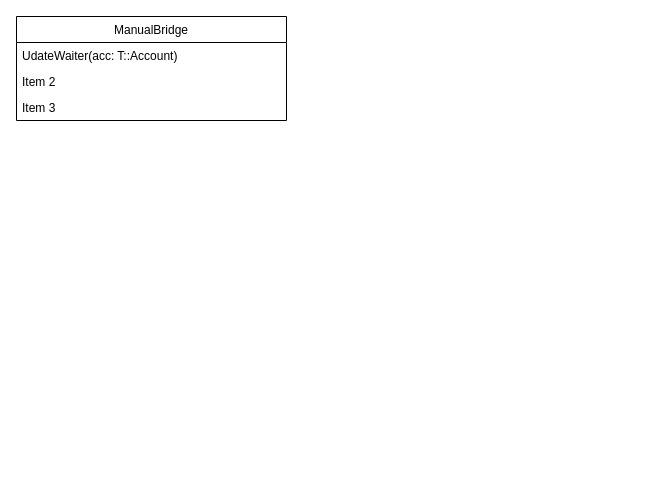
Before: page "外部签名方法" (2 of 2) of 简易转账流程.drawio in kami1983/umls, a draw.io diagram. Source tidied: cells renumbered, new cells numbered last; positions are measured from the earlier drawing's top-left corner, leaving out a move shared by most shapes. Both pictures are drawn from the tidied source at 100%, with x=0, y=0 at pixel (16, 16).
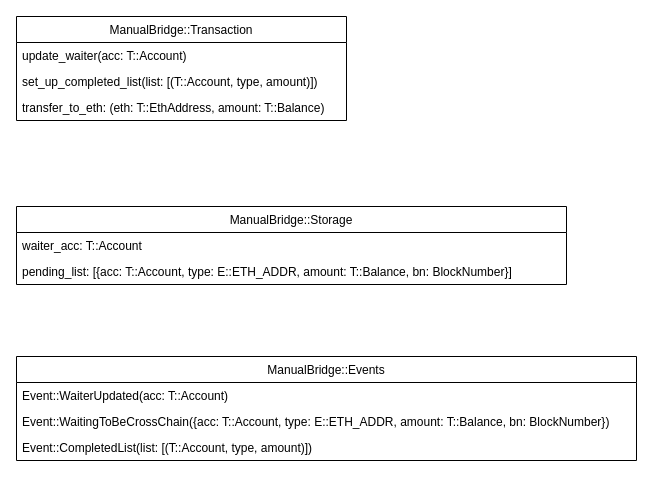
Above is the later version.

Commit message:
Update 简易转账流程.drawio

The edit, as a diff of the source:
```diff
@@
 <mxGraphModel>
   <root>
     <mxCell id="0" />
     <mxCell id="1" parent="0" />
-    <mxCell id="2" value="ManualBridge" style="swimlane;fontStyle=0;horizontal=1;startSize=26;fillColor=none;" parent="1" vertex="1">
-      <mxGeometry width="270" height="104" as="geometry" />
+    <mxCell id="2" value="ManualBridge::Transaction" style="swimlane;fontStyle=0;horizontal=1;startSize=26;fillColor=none;" parent="1" vertex="1">
+      <mxGeometry width="330" height="104" as="geometry" />
     </mxCell>
-    <mxCell id="3" value="UdateWaiter(acc: T::Account)" style="text;strokeColor=none;fillColor=none;align=left;verticalAlign=top;spacingLeft=4;spacingRight=4;overflow=hidden;" parent="2" vertex="1">
-      <mxGeometry y="26" width="270" height="26" as="geometry" />
+    <mxCell id="3" value="update_waiter(acc: T::Account)" style="text;strokeColor=none;fillColor=none;align=left;verticalAlign=top;spacingLeft=4;spacingRight=4;overflow=hidden;" parent="2" vertex="1">
+      <mxGeometry y="26" width="330" height="26" as="geometry" />
     </mxCell>
-    <mxCell id="4" value="Item 2" style="text;strokeColor=none;fillColor=none;align=left;verticalAlign=top;spacingLeft=4;spacingRight=4;overflow=hidden;" parent="2" vertex="1">
-      <mxGeometry y="52" width="270" height="26" as="geometry" />
+    <mxCell id="4" value="set_up_completed_list(list: [(T::Account, type, amount)])" style="text;strokeColor=none;fillColor=none;align=left;verticalAlign=top;spacingLeft=4;spacingRight=4;overflow=hidden;" parent="2" vertex="1">
+      <mxGeometry y="52" width="330" height="26" as="geometry" />
     </mxCell>
-    <mxCell id="5" value="Item 3" style="text;strokeColor=none;fillColor=none;align=left;verticalAlign=top;spacingLeft=4;spacingRight=4;overflow=hidden;" parent="2" vertex="1">
-      <mxGeometry y="78" width="270" height="26" as="geometry" />
+    <mxCell id="5" value="transfer_to_eth: (eth: T::EthAddress, amount: T::Balance)" style="text;strokeColor=none;fillColor=none;align=left;verticalAlign=top;spacingLeft=4;spacingRight=4;overflow=hidden;" parent="2" vertex="1">
+      <mxGeometry y="78" width="330" height="26" as="geometry" />
     </mxCell>
+    <mxCell id="6" value="ManualBridge::Storage" style="swimlane;fontStyle=0;horizontal=1;startSize=26;fillColor=none;" parent="1" vertex="1">
+      <mxGeometry y="190" width="550" height="78" as="geometry" />
+    </mxCell>
+    <mxCell id="7" value="waiter_acc: T::Account" style="text;strokeColor=none;fillColor=none;align=left;verticalAlign=top;spacingLeft=4;spacingRight=4;overflow=hidden;" parent="6" vertex="1">
+      <mxGeometry y="26" width="550" height="26" as="geometry" />
+    </mxCell>
+    <mxCell id="8" value="pending_list: [{acc: T::Account, type: E::ETH_ADDR, amount: T::Balance, bn: BlockNumber}]" style="text;strokeColor=none;fillColor=none;align=left;verticalAlign=top;spacingLeft=4;spacingRight=4;overflow=hidden;" parent="6" vertex="1">
+      <mxGeometry y="52" width="550" height="26" as="geometry" />
+    </mxCell>
+    <mxCell id="9" value="ManualBridge::Events" style="swimlane;fontStyle=0;horizontal=1;startSize=26;fillColor=none;" parent="1" vertex="1">
+      <mxGeometry y="340" width="620" height="104" as="geometry" />
+    </mxCell>
+    <mxCell id="10" value="Event::WaiterUpdated(acc: T::Account)" style="text;strokeColor=none;fillColor=none;align=left;verticalAlign=top;spacingLeft=4;spacingRight=4;overflow=hidden;" parent="9" vertex="1">
+      <mxGeometry y="26" width="620" height="26" as="geometry" />
+    </mxCell>
+    <mxCell id="11" value="Event::WaitingToBeCrossChain({acc: T::Account, type: E::ETH_ADDR, amount: T::Balance, bn: BlockNumber})" style="text;strokeColor=none;fillColor=none;align=left;verticalAlign=top;spacingLeft=4;spacingRight=4;overflow=hidden;" parent="9" vertex="1">
+      <mxGeometry y="52" width="620" height="26" as="geometry" />
+    </mxCell>
+    <mxCell id="12" value="Event::CompletedList(list: [(T::Account, type, amount)])" style="text;strokeColor=none;fillColor=none;align=left;verticalAlign=top;spacingLeft=4;spacingRight=4;overflow=hidden;" parent="9" vertex="1">
+      <mxGeometry y="78" width="620" height="26" as="geometry" />
+    </mxCell>
   </root>
 </mxGraphModel>
```
